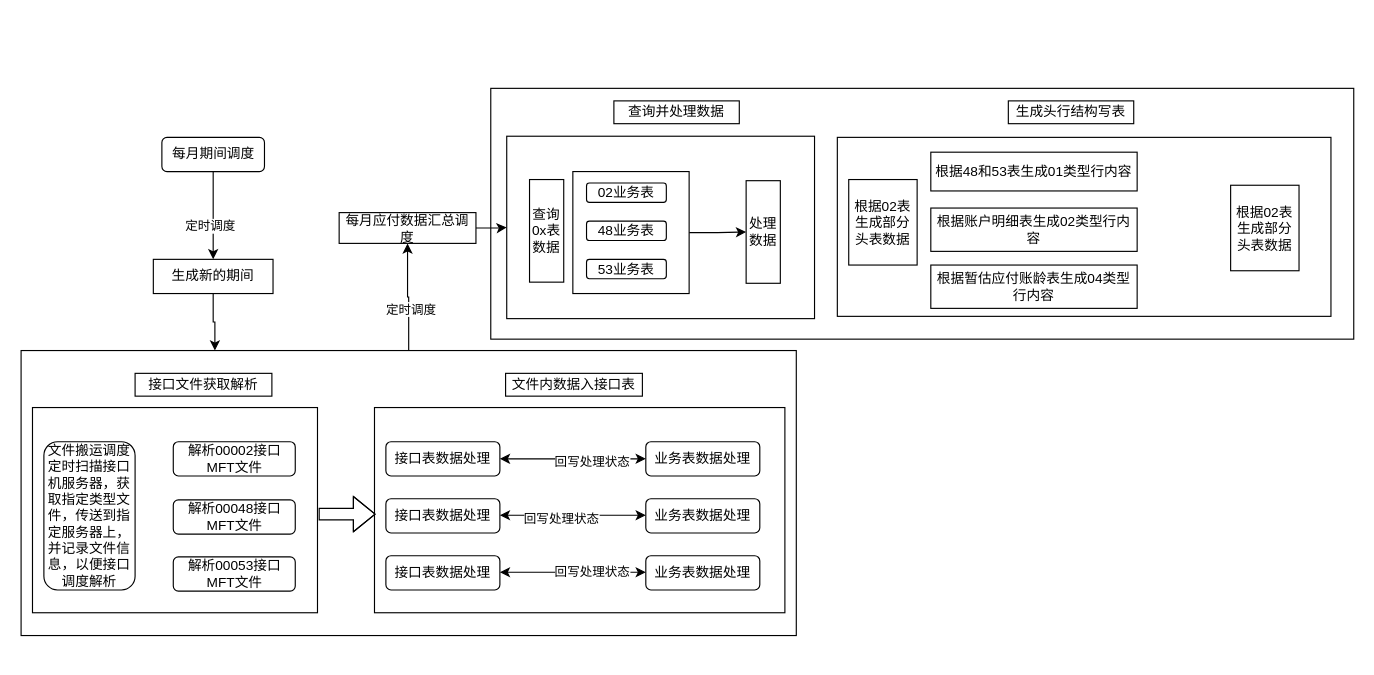
Earlier version of the draw.io diagram page "应付账务" (7 of 7) of Untitled Diagram.drawio (Alpha-chatbot/pic). Source tidied: cells renumbered, new cells numbered last; positions are measured from the earlier drawing's top-left corner, leaving out a move shared by most shapes. Both pictures are drawn from the tidied source at 114%, with x=0, y=0 at pixel (21, 88).
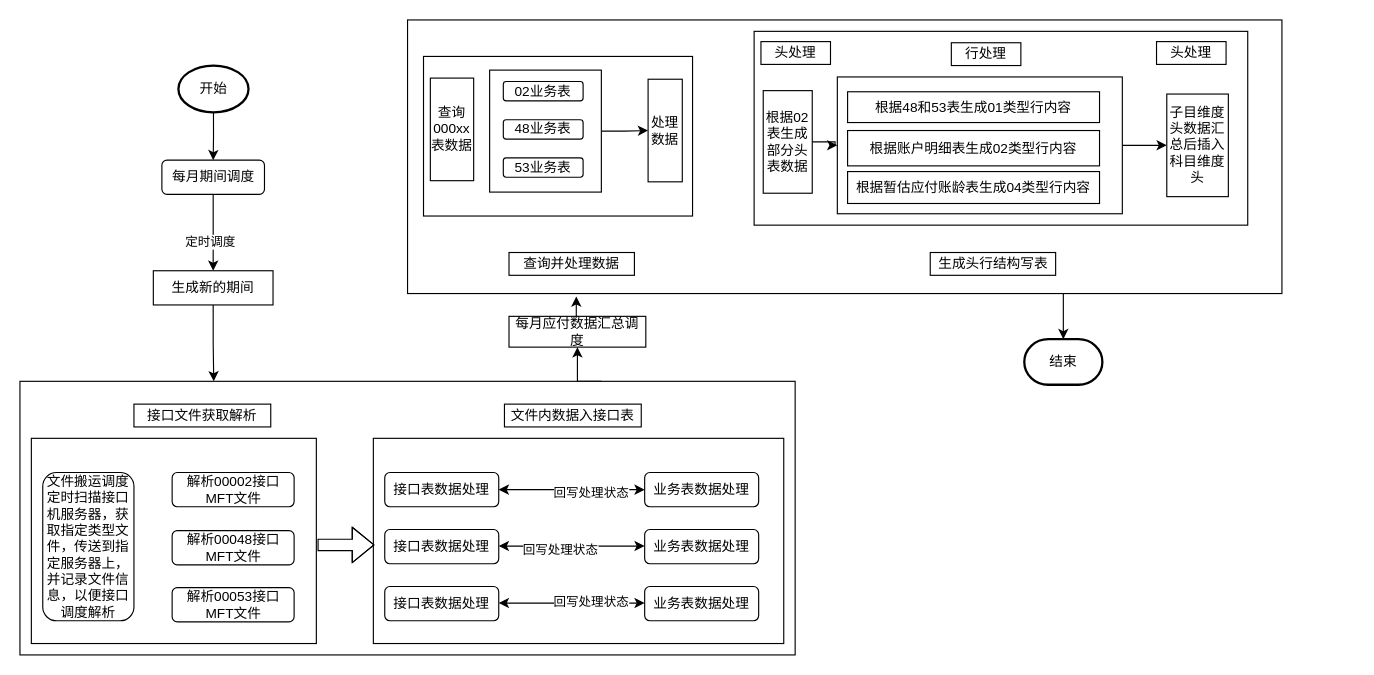
The same diagram, later.

What changed in the source:
```diff
@@
+    <mxCell id="50" style="edgeStyle=orthogonalEdgeStyle;rounded=0;jettySize=auto;html=1;exitX=0.75;exitY=1;exitDx=0;exitDy=0;entryX=0.5;entryY=0;entryDx=0;entryDy=0;entryPerimeter=0;" parent="1" edge="1" source="2" target="61">
+      <mxGeometry relative="1" as="geometry" />
+    </mxCell>
     <mxCell id="2" style="rounded=0;whiteSpace=wrap;html=1;" parent="1" vertex="1">
-      <mxGeometry x="412" width="757" height="220" as="geometry" />
+      <mxGeometry x="339" y="-60" width="767" height="240" as="geometry" />
     </mxCell>
+    <mxCell id="30" style="edgeStyle=orthogonalEdgeStyle;rounded=0;jettySize=auto;html=1;exitX=0.75;exitY=0;exitDx=0;exitDy=0;entryX=0.5;entryY=1;entryDx=0;entryDy=0;" parent="1" edge="1" source="3" target="33">
+      <mxGeometry relative="1" as="geometry" />
+    </mxCell>
     <mxCell id="3" style="rounded=0;whiteSpace=wrap;html=1;" parent="1" vertex="1">
-      <mxGeometry y="230" width="680" height="250" as="geometry" />
+      <mxGeometry x="-1" y="257" width="680" height="240" as="geometry" />
     </mxCell>
@@
     <mxCell id="6" value="每月期间调度" style="rounded=1;whiteSpace=wrap;html=1;" parent="1" vertex="1">
-      <mxGeometry x="123.5" y="43" width="90" height="30" as="geometry" />
+      <mxGeometry x="123.5" y="63" width="90" height="30" as="geometry" />
     </mxCell>
@@
     <mxCell id="8" value="生成新的期间" style="rounded=0;whiteSpace=wrap;html=1;" parent="1" vertex="1">
-      <mxGeometry x="116" y="150" width="105" height="30" as="geometry" />
+      <mxGeometry x="116" y="160" width="105" height="30" as="geometry" />
     </mxCell>
     <mxCell id="9" style="rounded=0;whiteSpace=wrap;html=1;" parent="1" vertex="1">
-      <mxGeometry x="10" y="280" width="250" height="180" as="geometry" />
+      <mxGeometry x="9" y="307" width="250" height="180" as="geometry" />
     </mxCell>
     <mxCell id="10" value="解析00002接口MFT文件" style="rounded=1;whiteSpace=wrap;html=1;" parent="1" vertex="1">
-      <mxGeometry x="133.5" y="310" width="107" height="30" as="geometry" />
+      <mxGeometry x="132.5" y="337" width="107" height="30" as="geometry" />
     </mxCell>
     <mxCell id="11" value="接口文件获取解析" style="rounded=0;whiteSpace=wrap;html=1;" parent="1" vertex="1">
-      <mxGeometry x="100" y="250" width="120" height="20" as="geometry" />
+      <mxGeometry x="99" y="277" width="120" height="20" as="geometry" />
     </mxCell>
     <mxCell id="12" value="解析00048接口MFT文件" style="rounded=1;whiteSpace=wrap;html=1;" parent="1" vertex="1">
-      <mxGeometry x="133.5" y="361" width="107" height="30" as="geometry" />
+      <mxGeometry x="132.5" y="388" width="107" height="30" as="geometry" />
     </mxCell>
     <mxCell id="13" value="解析00053接口MFT文件" style="rounded=1;whiteSpace=wrap;html=1;" parent="1" vertex="1">
-      <mxGeometry x="133.5" y="411" width="107" height="30" as="geometry" />
+      <mxGeometry x="132.5" y="438" width="107" height="30" as="geometry" />
     </mxCell>
     <mxCell id="14" style="rounded=0;whiteSpace=wrap;html=1;" parent="1" vertex="1">
-      <mxGeometry x="310" y="280" width="360" height="180" as="geometry" />
+      <mxGeometry x="309" y="307" width="360" height="180" as="geometry" />
     </mxCell>
     <mxCell id="15" value="文件内数据入接口表" style="rounded=0;whiteSpace=wrap;html=1;" parent="1" vertex="1">
-      <mxGeometry x="425" y="250" width="120" height="20" as="geometry" />
+      <mxGeometry x="424" y="277" width="120" height="20" as="geometry" />
     </mxCell>
     <mxCell id="16" value="文件搬运调度定时扫描接口机服务器，获取指定类型文件，传送到指定服务器上，并记录文件信息，以便接口调度解析" style="rounded=1;whiteSpace=wrap;html=1;" parent="1" vertex="1">
-      <mxGeometry x="20" y="310" width="80" height="130" as="geometry" />
+      <mxGeometry x="19" y="337" width="80" height="130" as="geometry" />
     </mxCell>
     <mxCell id="17" value="接口表数据处理" style="rounded=1;whiteSpace=wrap;html=1;" parent="1" vertex="1">
-      <mxGeometry x="320" y="310" width="100" height="30" as="geometry" />
+      <mxGeometry x="319" y="337" width="100" height="30" as="geometry" />
     </mxCell>
     <mxCell id="18" value="接口表数据处理" style="rounded=1;whiteSpace=wrap;html=1;" parent="1" vertex="1">
-      <mxGeometry x="320" y="360" width="100" height="30" as="geometry" />
+      <mxGeometry x="319" y="387" width="100" height="30" as="geometry" />
     </mxCell>
     <mxCell id="19" value="接口表数据处理" style="rounded=1;whiteSpace=wrap;html=1;" parent="1" vertex="1">
-      <mxGeometry x="320" y="410" width="100" height="30" as="geometry" />
+      <mxGeometry x="319" y="437" width="100" height="30" as="geometry" />
     </mxCell>
     <mxCell id="20" value="业务表数据处理" style="rounded=1;whiteSpace=wrap;html=1;" parent="1" vertex="1">
-      <mxGeometry x="548" y="310" width="100" height="30" as="geometry" />
+      <mxGeometry x="547" y="337" width="100" height="30" as="geometry" />
     </mxCell>
     <mxCell id="21" value="业务表数据处理" style="rounded=1;whiteSpace=wrap;html=1;" parent="1" vertex="1">
-      <mxGeometry x="548" y="360" width="100" height="30" as="geometry" />
+      <mxGeometry x="547" y="387" width="100" height="30" as="geometry" />
     </mxCell>
     <mxCell id="22" value="业务表数据处理" style="rounded=1;whiteSpace=wrap;html=1;" parent="1" vertex="1">
-      <mxGeometry x="548" y="410" width="100" height="30" as="geometry" />
+      <mxGeometry x="547" y="437" width="100" height="30" as="geometry" />
     </mxCell>
     <mxCell id="23" style="endArrow=classic;startArrow=classic;html=1;rounded=0;exitX=1;exitY=0.5;exitDx=0;exitDy=0;entryX=0;entryY=0.5;entryDx=0;entryDy=0;" parent="1" edge="1">
       <mxGeometry relative="1" as="geometry">
-        <mxPoint x="420" y="325" as="sourcePoint" />
-        <mxPoint x="548" y="325" as="targetPoint" />
+        <mxPoint x="419" y="352" as="sourcePoint" />
+        <mxPoint x="547" y="352" as="targetPoint" />
       </mxGeometry>
     </mxCell>
@@
     <mxCell id="25" style="endArrow=classic;startArrow=classic;html=1;rounded=0;exitX=1;exitY=0.5;exitDx=0;exitDy=0;entryX=0;entryY=0.5;entryDx=0;entryDy=0;" parent="1" edge="1">
       <mxGeometry relative="1" as="geometry">
-        <mxPoint x="420" y="374.5" as="sourcePoint" />
-        <mxPoint x="548" y="374.5" as="targetPoint" />
+        <mxPoint x="419" y="401.5" as="sourcePoint" />
+        <mxPoint x="547" y="401.5" as="targetPoint" />
       </mxGeometry>
     </mxCell>
@@
     <mxCell id="27" style="endArrow=classic;startArrow=classic;html=1;rounded=0;exitX=1;exitY=0.5;exitDx=0;exitDy=0;entryX=0;entryY=0.5;entryDx=0;entryDy=0;" parent="1" edge="1">
       <mxGeometry relative="1" as="geometry">
-        <mxPoint x="420" y="424.5" as="sourcePoint" />
-        <mxPoint x="548" y="424.5" as="targetPoint" />
+        <mxPoint x="419" y="451.5" as="sourcePoint" />
+        <mxPoint x="547" y="451.5" as="targetPoint" />
       </mxGeometry>
     </mxCell>
@@
     <mxCell id="29" style="shape=flexArrow;endArrow=classic;html=1;rounded=0;" parent="1" edge="1">
       <mxGeometry relative="1" as="geometry">
-        <mxPoint x="261" y="373.5" as="sourcePoint" />
-        <mxPoint x="311" y="373.5" as="targetPoint" />
+        <mxPoint x="260" y="400.5" as="sourcePoint" />
+        <mxPoint x="310" y="400.5" as="targetPoint" />
         <Array as="points">
-          <mxPoint x="271" y="373.5" />
+          <mxPoint x="270" y="400.5" />
         </Array>
       </mxGeometry>
     </mxCell>
-    <mxCell id="30" style="edgeStyle=orthogonalEdgeStyle;rounded=0;jettySize=auto;html=1;entryX=0.5;entryY=1;entryDx=0;entryDy=0;exitX=0.5;exitY=0;exitDx=0;exitDy=0;" parent="1" edge="1" source="3" target="33">
-      <mxGeometry relative="1" as="geometry" />
-    </mxCell>
-    <mxCell id="31" value="定时调度" style="edgeLabel;html=1;align=center;verticalAlign=middle;" parent="30" vertex="1">
-      <mxGeometry x="-0.23" y="-1" relative="1" as="geometry" />
-    </mxCell>
-    <mxCell id="32" style="edgeStyle=orthogonalEdgeStyle;rounded=0;jettySize=auto;html=1;entryX=0;entryY=0.5;entryDx=0;entryDy=0;" parent="1" edge="1" source="33" target="34">
-      <mxGeometry relative="1" as="geometry" />
-    </mxCell>
+    <mxCell id="51" style="edgeStyle=orthogonalEdgeStyle;rounded=0;jettySize=auto;html=1;exitX=0.5;exitY=0;exitDx=0;exitDy=0;entryX=0.193;entryY=1.011;entryDx=0;entryDy=0;entryPerimeter=0;" parent="1" edge="1" source="33" target="2">
+      <mxGeometry relative="1" as="geometry" />
+    </mxCell>
     <mxCell id="33" value="每月应付数据汇总调度" style="rounded=0;whiteSpace=wrap;html=1;" parent="1" vertex="1">
-      <mxGeometry x="279" y="109" width="120" height="27" as="geometry" />
+      <mxGeometry x="428" y="200" width="120" height="27" as="geometry" />
     </mxCell>
     <mxCell id="34" style="rounded=0;whiteSpace=wrap;html=1;" parent="1" vertex="1">
-      <mxGeometry x="426" y="42" width="270" height="160" as="geometry" />
+      <mxGeometry x="353" y="-28" width="236" height="140" as="geometry" />
     </mxCell>
-    <mxCell id="35" value="查询0x表数据" style="rounded=0;whiteSpace=wrap;html=1;" parent="1" vertex="1">
-      <mxGeometry x="446" y="80" width="30" height="90" as="geometry" />
+    <mxCell id="35" value="查询000xx表数据" style="rounded=0;whiteSpace=wrap;html=1;" parent="1" vertex="1">
+      <mxGeometry x="359" y="-9" width="38" height="90" as="geometry" />
     </mxCell>
     <mxCell id="36" value="处理数据" style="rounded=0;whiteSpace=wrap;html=1;" parent="1" vertex="1">
-      <mxGeometry x="636" y="81" width="30" height="90" as="geometry" />
+      <mxGeometry x="550" y="-8" width="30" height="90" as="geometry" />
     </mxCell>
-    <mxCell id="37" style="edgeStyle=orthogonalEdgeStyle;rounded=0;jettySize=auto;html=1;exitX=1;exitY=0.5;exitDx=0;exitDy=0;entryX=0;entryY=0.5;entryDx=0;entryDy=0;" parent="1" edge="1" source="38" target="36">
+    <mxCell id="37" style="edgeStyle=orthogonalEdgeStyle;rounded=0;jettySize=auto;html=1;exitX=1;exitY=0.5;exitDx=0;exitDy=0;" parent="1" edge="1" source="38" target="36">
       <mxGeometry relative="1" as="geometry" />
     </mxCell>
     <mxCell id="38" style="rounded=0;whiteSpace=wrap;html=1;" parent="1" vertex="1">
-      <mxGeometry x="484" y="73" width="102" height="107" as="geometry" />
+      <mxGeometry x="411" y="-16" width="98" height="107" as="geometry" />
     </mxCell>
     <mxCell id="39" value="02业务表" style="rounded=1;whiteSpace=wrap;html=1;" parent="1" vertex="1">
-      <mxGeometry x="496" y="83" width="70" height="17" as="geometry" />
+      <mxGeometry x="423" y="-6" width="70" height="17" as="geometry" />
     </mxCell>
     <mxCell id="40" value="48业务表" style="rounded=1;whiteSpace=wrap;html=1;" parent="1" vertex="1">
-      <mxGeometry x="496" y="116.5" width="70" height="17" as="geometry" />
+      <mxGeometry x="423" y="27.5" width="70" height="17" as="geometry" />
     </mxCell>
     <mxCell id="41" value="53业务表" style="rounded=1;whiteSpace=wrap;html=1;" parent="1" vertex="1">
-      <mxGeometry x="496" y="150" width="70" height="17" as="geometry" />
+      <mxGeometry x="423" y="61" width="70" height="17" as="geometry" />
     </mxCell>
     <mxCell id="42" value="查询并处理数据" style="rounded=0;whiteSpace=wrap;html=1;" parent="1" vertex="1">
-      <mxGeometry x="520" y="11" width="110" height="20" as="geometry" />
+      <mxGeometry x="428" y="144" width="110" height="20" as="geometry" />
     </mxCell>
     <mxCell id="43" style="rounded=0;whiteSpace=wrap;html=1;" parent="1" vertex="1">
-      <mxGeometry x="716" y="43" width="433" height="157" as="geometry" />
+      <mxGeometry x="643" y="-50" width="433" height="170" as="geometry" />
     </mxCell>
+    <mxCell id="52" style="edgeStyle=orthogonalEdgeStyle;rounded=0;jettySize=auto;html=1;" parent="1" edge="1" source="44" target="54">
+      <mxGeometry relative="1" as="geometry" />
+    </mxCell>
     <mxCell id="44" value="根据02表生成部分头表数据" style="rounded=0;whiteSpace=wrap;html=1;" parent="1" vertex="1">
-      <mxGeometry x="726" y="80" width="60" height="75" as="geometry" />
+      <mxGeometry x="651" y="2" width="43" height="90" as="geometry" />
     </mxCell>
     <mxCell id="45" value="生成头行结构写表" style="rounded=0;whiteSpace=wrap;html=1;" parent="1" vertex="1">
-      <mxGeometry x="866" y="11" width="110" height="20" as="geometry" />
+      <mxGeometry x="797.5" y="144" width="110" height="20" as="geometry" />
     </mxCell>
+    <mxCell id="53" style="edgeStyle=orthogonalEdgeStyle;rounded=0;jettySize=auto;html=1;exitX=1;exitY=0.5;exitDx=0;exitDy=0;" parent="1" edge="1" source="54" target="58">
+      <mxGeometry relative="1" as="geometry" />
+    </mxCell>
+    <mxCell id="54" style="rounded=0;whiteSpace=wrap;html=1;" parent="1" vertex="1">
+      <mxGeometry x="716" y="-10" width="250" height="120" as="geometry" />
+    </mxCell>
     <mxCell id="46" value="根据48和53表生成01类型行内容" style="rounded=0;whiteSpace=wrap;html=1;" parent="1" vertex="1">
-      <mxGeometry x="798" y="56" width="181" height="34" as="geometry" />
+      <mxGeometry x="725" y="3" width="221" height="27" as="geometry" />
     </mxCell>
-    <mxCell id="47" value="根据02表生成部分头表数据" style="rounded=0;whiteSpace=wrap;html=1;" parent="1" vertex="1">
-      <mxGeometry x="1061" y="85" width="60" height="75" as="geometry" />
-    </mxCell>
     <mxCell id="48" value="根据账户明细表生成02类型行内容" style="rounded=0;whiteSpace=wrap;html=1;" parent="1" vertex="1">
-      <mxGeometry x="798" y="105" width="181" height="38" as="geometry" />
+      <mxGeometry x="725" y="37" width="221" height="31" as="geometry" />
     </mxCell>
     <mxCell id="49" value="根据暂估应付账龄表生成04类型行内容" style="rounded=0;whiteSpace=wrap;html=1;" parent="1" vertex="1">
-      <mxGeometry x="798" y="155" width="181" height="38" as="geometry" />
+      <mxGeometry x="725" y="73" width="221" height="28" as="geometry" />
     </mxCell>
+    <mxCell id="55" value="头处理" style="rounded=0;whiteSpace=wrap;html=1;" parent="1" vertex="1">
+      <mxGeometry x="649" y="-41" width="61" height="20" as="geometry" />
+    </mxCell>
+    <mxCell id="56" value="行处理" style="rounded=0;whiteSpace=wrap;html=1;" parent="1" vertex="1">
+      <mxGeometry x="816" y="-40" width="61" height="20" as="geometry" />
+    </mxCell>
+    <mxCell id="57" value="头处理" style="rounded=0;whiteSpace=wrap;html=1;" parent="1" vertex="1">
+      <mxGeometry x="996" y="-41" width="61" height="20" as="geometry" />
+    </mxCell>
+    <mxCell id="58" value="子目维度头数据汇总后插入科目维度头" style="rounded=0;whiteSpace=wrap;html=1;" parent="1" vertex="1">
+      <mxGeometry x="1005" y="5" width="54" height="90" as="geometry" />
+    </mxCell>
+    <mxCell id="59" style="edgeStyle=orthogonalEdgeStyle;rounded=0;jettySize=auto;html=1;exitX=0.5;exitY=1;exitDx=0;exitDy=0;exitPerimeter=0;" parent="1" edge="1" source="60" target="6">
+      <mxGeometry relative="1" as="geometry" />
+    </mxCell>
+    <mxCell id="60" value="开始" style="strokeWidth=2;html=1;shape=mxgraph.flowchart.start_2;whiteSpace=wrap;" parent="1" vertex="1">
+      <mxGeometry x="138" y="-20" width="61.5" height="41" as="geometry" />
+    </mxCell>
+    <mxCell id="61" value="结束" style="strokeWidth=2;html=1;shape=mxgraph.flowchart.terminator;whiteSpace=wrap;" parent="1" vertex="1">
+      <mxGeometry x="880" y="220" width="68.5" height="40" as="geometry" />
+    </mxCell>
```
